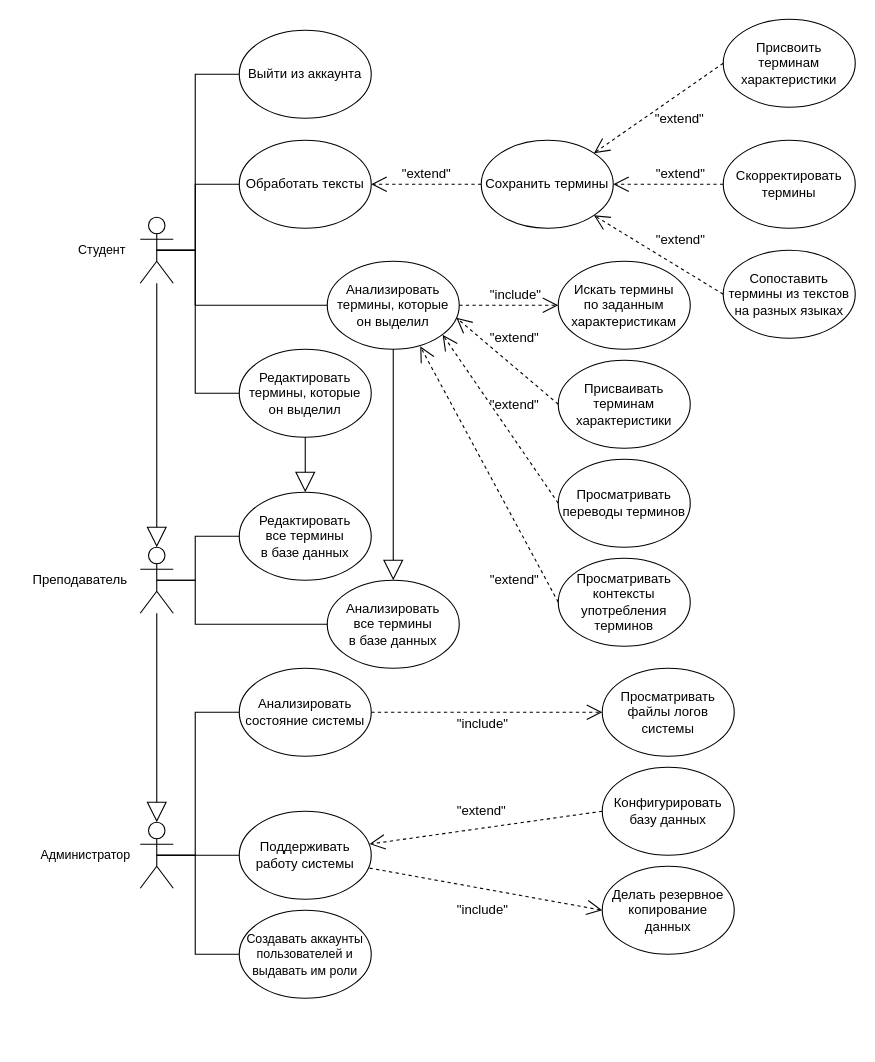
Inspirate789/Thermy-backend keeps this draw.io diagram as docs/tex/img/Use-case/Use-case.drawio. Above is the earlier version. Source tidied: cells renumbered, new cells numbered last; positions are measured from the earlier drawing's top-left corner, leaving out a move shared by most shapes. Both pictures are drawn from the tidied source at 110%, with x=0, y=0 at pixel (19, 19).
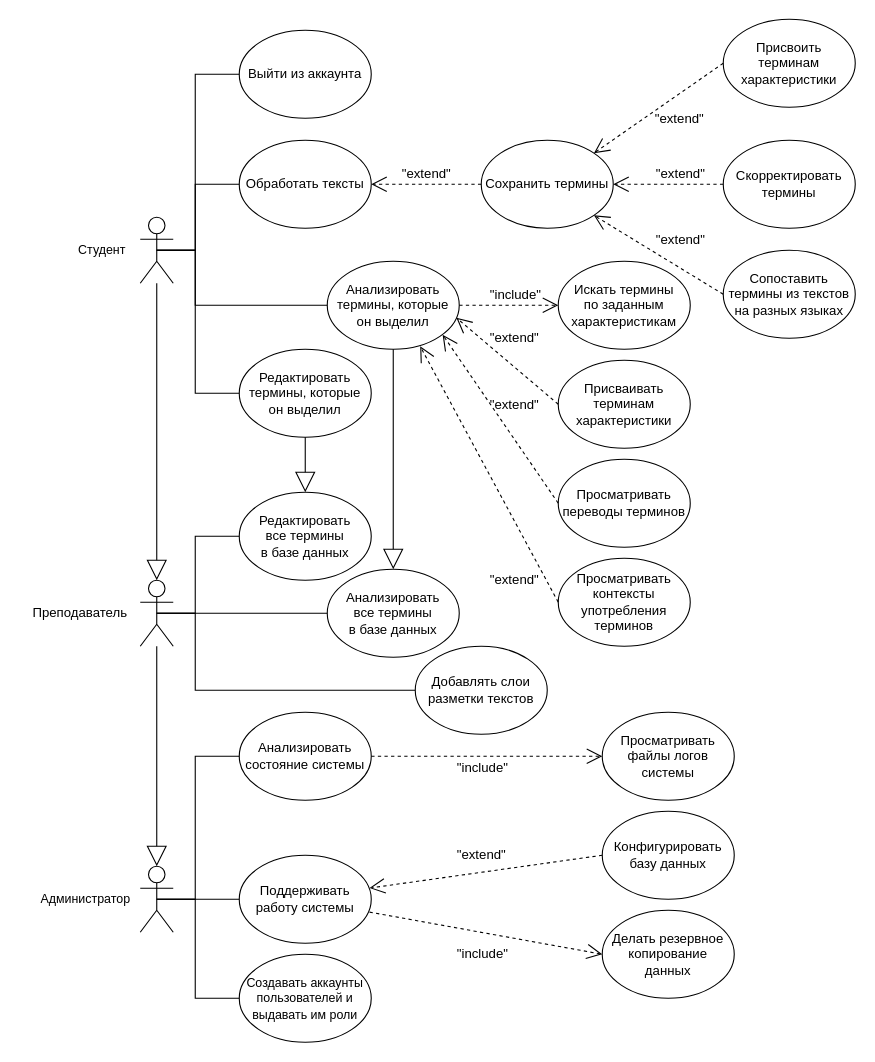
The same diagram, later.

Unchanged cells that the change refers to:
```xml
<mxCell id="12" value="Редактировать&lt;br&gt;все термины&lt;br&gt;в базе данных" style="ellipse;whiteSpace=wrap;html=1;" parent="1" vertex="1">
  <mxGeometry x="200" y="430" width="120" height="80" as="geometry" />
</mxCell>
```

Change to the diagram source:
```diff
@@
     <mxCell id="11" value="Анализировать&lt;br&gt;все термины&lt;br&gt;в базе данных" style="ellipse;whiteSpace=wrap;html=1;" parent="1" vertex="1">
-      <mxGeometry x="280" y="510" width="120" height="80" as="geometry" />
+      <mxGeometry x="280" y="500" width="120" height="80" as="geometry" />
     </mxCell>
@@
     <mxCell id="13" value="Анализировать состояние системы" style="ellipse;whiteSpace=wrap;html=1;" parent="1" vertex="1">
-      <mxGeometry x="200" y="590" width="120" height="80" as="geometry" />
+      <mxGeometry x="200" y="630" width="120" height="80" as="geometry" />
     </mxCell>
     <mxCell id="14" value="Поддерживать работу системы" style="ellipse;whiteSpace=wrap;html=1;" parent="1" vertex="1">
-      <mxGeometry x="200" y="720" width="120" height="80" as="geometry" />
+      <mxGeometry x="200" y="760" width="120" height="80" as="geometry" />
     </mxCell>
     <mxCell id="15" value="Конфигурировать базу данных" style="ellipse;whiteSpace=wrap;html=1;" parent="1" vertex="1">
-      <mxGeometry x="530" y="680" width="120" height="80" as="geometry" />
+      <mxGeometry x="530" y="720" width="120" height="80" as="geometry" />
     </mxCell>
     <mxCell id="16" value="Делать резервное копирование&lt;br&gt;данных" style="ellipse;whiteSpace=wrap;html=1;" parent="1" vertex="1">
-      <mxGeometry x="530" y="770" width="120" height="80" as="geometry" />
+      <mxGeometry x="530" y="810" width="120" height="80" as="geometry" />
     </mxCell>
     <mxCell id="17" value="Просматривать файлы логов системы" style="ellipse;whiteSpace=wrap;html=1;" parent="1" vertex="1">
-      <mxGeometry x="530" y="590" width="120" height="80" as="geometry" />
+      <mxGeometry x="530" y="630" width="120" height="80" as="geometry" />
     </mxCell>
@@
     <mxCell id="20" style="shape=umlActor;verticalLabelPosition=bottom;verticalAlign=top;html=1;outlineConnect=0;" parent="1" vertex="1">
-      <mxGeometry x="110" y="480" width="30" height="60" as="geometry" />
+      <mxGeometry x="110" y="510" width="30" height="60" as="geometry" />
     </mxCell>
     <mxCell id="21" style="shape=umlActor;verticalLabelPosition=bottom;verticalAlign=top;html=1;outlineConnect=0;" parent="1" vertex="1">
-      <mxGeometry x="110" y="730" width="30" height="60" as="geometry" />
+      <mxGeometry x="110" y="770" width="30" height="60" as="geometry" />
     </mxCell>
     <mxCell id="22" value="&lt;font style=&quot;font-size: 11.3px;&quot;&gt;Создавать аккаунты пользователей и выдавать им роли&lt;/font&gt;" style="ellipse;whiteSpace=wrap;html=1;" parent="1" vertex="1">
-      <mxGeometry x="200" y="810" width="120" height="80" as="geometry" />
+      <mxGeometry x="200" y="850" width="120" height="80" as="geometry" />
     </mxCell>
@@
     <mxCell id="24" style="endArrow=none;html=1;rounded=0;exitX=0.5;exitY=0.5;exitDx=0;exitDy=0;exitPerimeter=0;entryX=0;entryY=0.5;entryDx=0;entryDy=0;" parent="1" edge="1" source="21" target="13">
       <mxGeometry relative="1" as="geometry">
         <Array as="points">
-          <mxPoint x="160" y="760" />
-          <mxPoint x="160" y="630" />
+          <mxPoint x="160" y="800" />
+          <mxPoint x="160" y="670" />
         </Array>
       </mxGeometry>
     </mxCell>
     <mxCell id="25" style="endArrow=none;html=1;rounded=0;exitX=0.5;exitY=0.5;exitDx=0;exitDy=0;exitPerimeter=0;entryX=0;entryY=0.5;entryDx=0;entryDy=0;" parent="1" edge="1" source="21" target="22">
       <mxGeometry relative="1" as="geometry">
         <Array as="points">
-          <mxPoint x="160" y="760" />
-          <mxPoint x="160" y="850" />
+          <mxPoint x="160" y="800" />
+          <mxPoint x="160" y="890" />
         </Array>
       </mxGeometry>
     </mxCell>
     <mxCell id="26" style="endArrow=none;html=1;rounded=0;exitX=0.5;exitY=0.5;exitDx=0;exitDy=0;exitPerimeter=0;entryX=0;entryY=0.5;entryDx=0;entryDy=0;" parent="1" edge="1" source="21" target="14">
       <mxGeometry relative="1" as="geometry">
         <Array as="points">
-          <mxPoint x="160" y="760" />
+          <mxPoint x="160" y="800" />
         </Array>
       </mxGeometry>
     </mxCell>
     <mxCell id="27" style="endArrow=none;html=1;rounded=0;exitX=0.5;exitY=0.5;exitDx=0;exitDy=0;exitPerimeter=0;entryX=0;entryY=0.5;entryDx=0;entryDy=0;" parent="1" edge="1" source="20" target="12">
       <mxGeometry relative="1" as="geometry">
         <Array as="points">
-          <mxPoint x="160" y="510" />
+          <mxPoint x="160" y="540" />
           <mxPoint x="160" y="470" />
         </Array>
       </mxGeometry>
     </mxCell>
     <mxCell id="28" style="endArrow=none;html=1;rounded=0;exitX=0.5;exitY=0.5;exitDx=0;exitDy=0;exitPerimeter=0;entryX=0;entryY=0.5;entryDx=0;entryDy=0;" parent="1" edge="1" source="20" target="11">
       <mxGeometry relative="1" as="geometry">
         <Array as="points">
-          <mxPoint x="160" y="510" />
-          <mxPoint x="160" y="550" />
+          <mxPoint x="160" y="540" />
         </Array>
       </mxGeometry>
     </mxCell>
@@
     <mxCell id="61" value="&lt;span style=&quot;font-size: 12px;&quot;&gt;Преподаватель&lt;/span&gt;" style="text;html=1;align=center;verticalAlign=middle;strokeColor=none;fillColor=none;fontSize=11.3;" parent="1" vertex="1">
-      <mxGeometry y="495" width="110" height="30" as="geometry" />
+      <mxGeometry y="525" width="110" height="30" as="geometry" />
     </mxCell>
     <mxCell id="62" value="Администратор" style="text;html=1;align=center;verticalAlign=middle;strokeColor=none;fillColor=none;fontSize=11.3;" parent="1" vertex="1">
-      <mxGeometry x="10" y="745" width="100" height="30" as="geometry" />
+      <mxGeometry x="10" y="785" width="100" height="30" as="geometry" />
     </mxCell>
+    <mxCell id="63" value="Добавлять слои разметки текстов" style="ellipse;whiteSpace=wrap;html=1;" parent="1" vertex="1">
+      <mxGeometry x="360" y="570" width="120" height="80" as="geometry" />
+    </mxCell>
+    <mxCell id="64" style="endArrow=none;html=1;rounded=0;exitX=0.5;exitY=0.5;exitDx=0;exitDy=0;exitPerimeter=0;entryX=0;entryY=0.5;entryDx=0;entryDy=0;" parent="1" edge="1" source="20" target="63">
+      <mxGeometry relative="1" as="geometry">
+        <Array as="points">
+          <mxPoint x="160" y="540" />
+          <mxPoint x="160" y="610" />
+        </Array>
+      </mxGeometry>
+    </mxCell>
```
